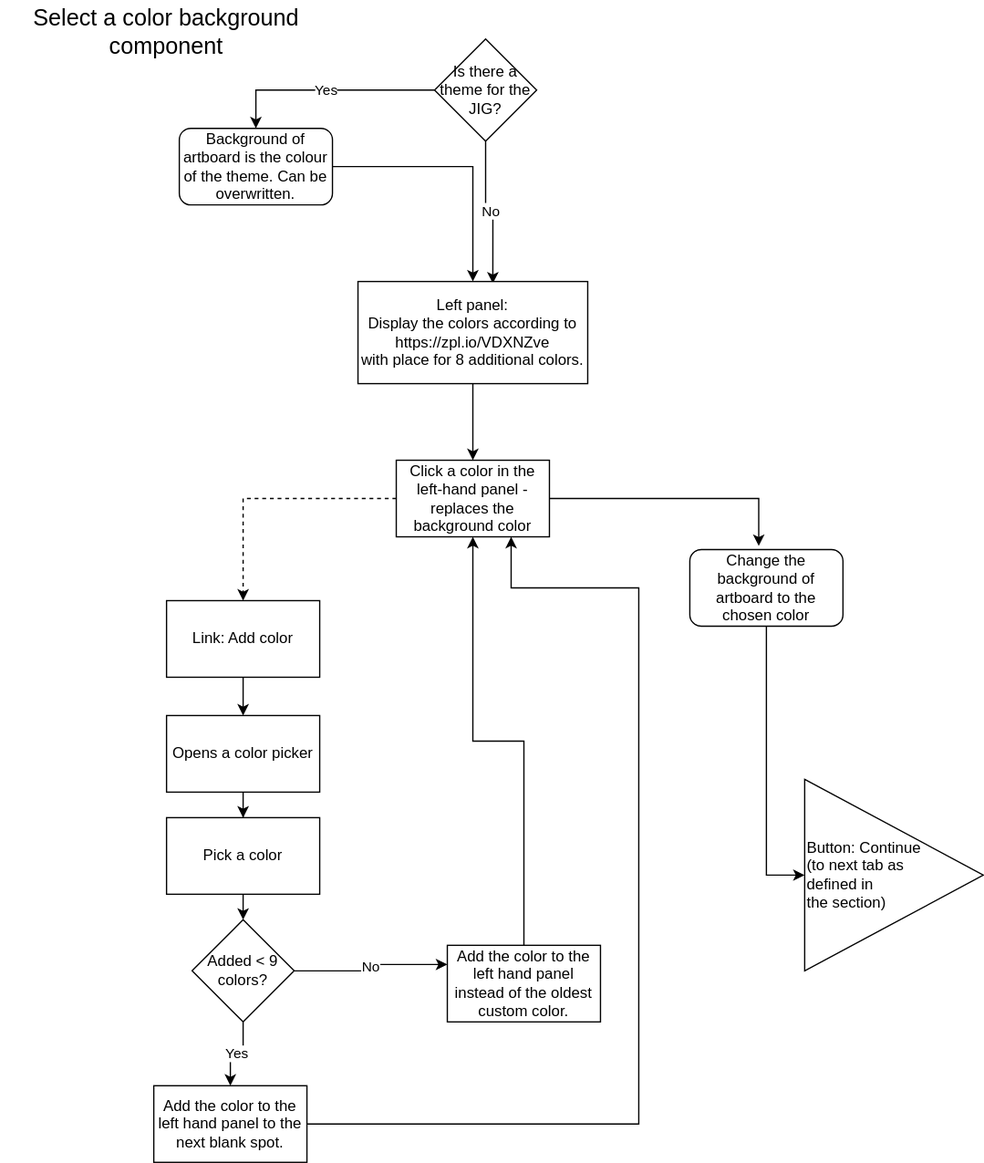
Above: modules/components/select-color.drawio.svg in ji-devs/ji-cloud-flowcharts (draw.io), before the change. Source tidied: cells renumbered, new cells last; positions are measured from the earlier drawing's top-left corner, leaving out a move shared by most shapes.
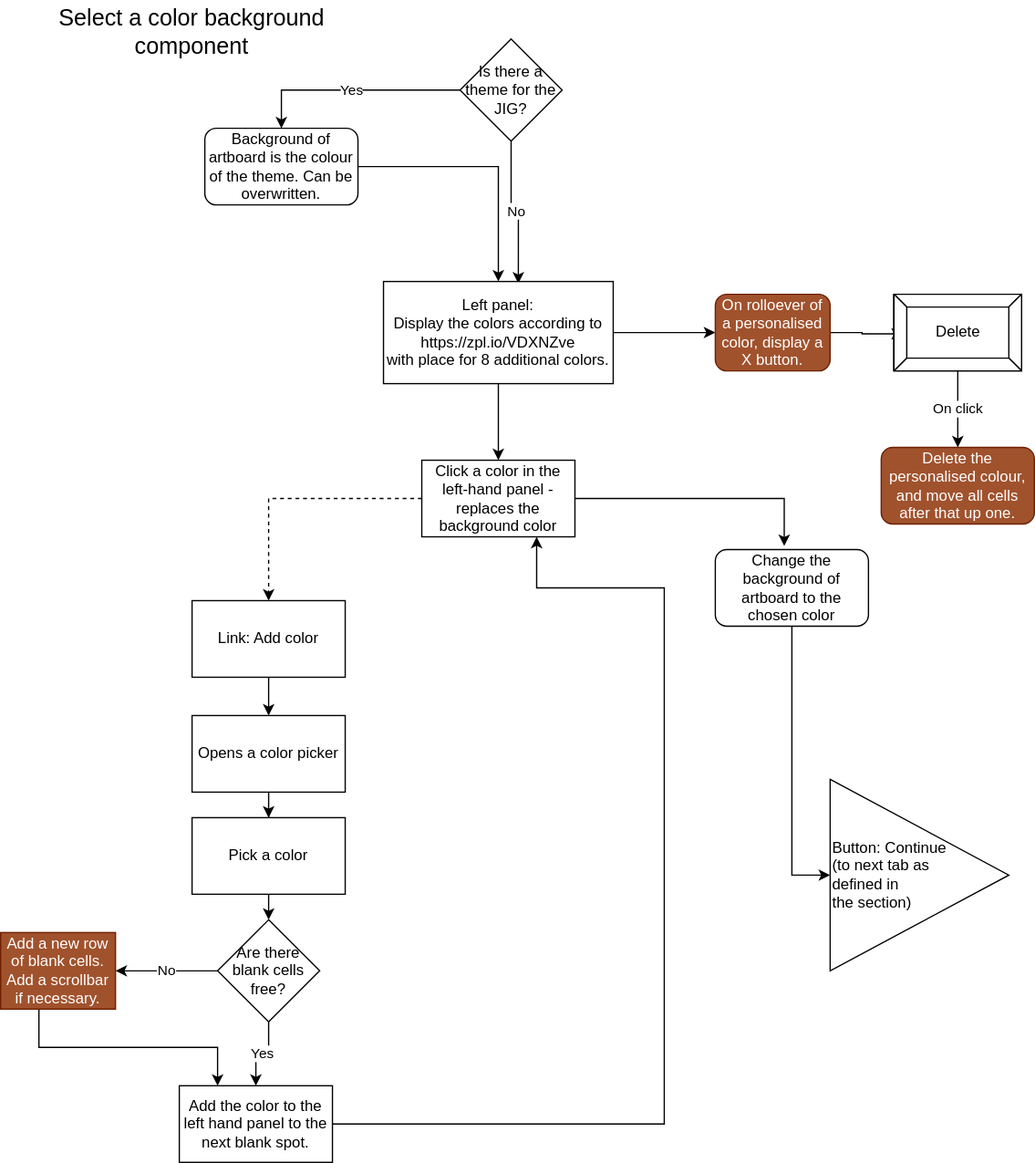
After the change.

Commit message:
updated colour picker - no rotation of colors

Change to the diagram source:
```diff
@@ -23,6 +23,9 @@
     <mxCell id="8" style="edgeStyle=orthogonalEdgeStyle;rounded=0;jettySize=auto;html=1;entryX=0.5;entryY=0;entryDx=0;entryDy=0;" parent="1" edge="1" source="9" target="12">
       <mxGeometry relative="1" as="geometry" />
     </mxCell>
+    <mxCell id="29" style="edgeStyle=orthogonalEdgeStyle;rounded=0;jettySize=auto;html=1;entryX=0;entryY=0.5;entryDx=0;entryDy=0;" parent="1" edge="1" source="9" target="32">
+      <mxGeometry relative="1" as="geometry" />
+    </mxCell>
     <mxCell id="9" value="Left panel:&lt;br&gt;Display the colors according to&amp;nbsp;&lt;br&gt;https://zpl.io/VDXNZve&amp;nbsp;&lt;br&gt;with place for 8 additional colors." style="rounded=0;whiteSpace=wrap;html=1;" parent="1" vertex="1">
       <mxGeometry x="280" y="220" width="180" height="80" as="geometry" />
     </mxCell>
@@ -74,20 +77,40 @@
     <mxCell id="23" value="Yes" style="edgeStyle=orthogonalEdgeStyle;rounded=0;jettySize=auto;html=1;" parent="1" edge="1" source="25" target="22">
       <mxGeometry relative="1" as="geometry" />
     </mxCell>
-    <mxCell id="24" value="No" style="edgeStyle=orthogonalEdgeStyle;rounded=0;jettySize=auto;html=1;entryX=0;entryY=0.25;entryDx=0;entryDy=0;" parent="1" edge="1" source="25" target="27">
+    <mxCell id="24" value="No" style="edgeStyle=orthogonalEdgeStyle;rounded=0;jettySize=auto;html=1;entryX=1;entryY=0.5;entryDx=0;entryDy=0;" parent="1" edge="1" source="25" target="27">
       <mxGeometry relative="1" as="geometry" />
     </mxCell>
-    <mxCell id="25" value="Added &amp;lt; 9 colors?" style="rhombus;whiteSpace=wrap;html=1;" parent="1" vertex="1">
+    <mxCell id="25" value="Are there blank cells free?" style="rhombus;whiteSpace=wrap;html=1;" parent="1" vertex="1">
       <mxGeometry x="150" y="720" width="80" height="80" as="geometry" />
     </mxCell>
-    <mxCell id="26" style="edgeStyle=orthogonalEdgeStyle;rounded=0;jettySize=auto;html=1;entryX=0.5;entryY=1;entryDx=0;entryDy=0;" parent="1" edge="1" source="27" target="12">
-      <mxGeometry relative="1" as="geometry" />
-    </mxCell>
+    <mxCell id="30" style="edgeStyle=orthogonalEdgeStyle;rounded=0;jettySize=auto;html=1;entryX=0.25;entryY=0;entryDx=0;entryDy=0;" parent="1" edge="1" source="27" target="22">
+      <mxGeometry relative="1" as="geometry">
+        <Array as="points">
+          <mxPoint x="10" y="820" />
+          <mxPoint x="150" y="820" />
+        </Array>
+      </mxGeometry>
+    </mxCell>
-    <mxCell id="27" value="Add the color to the left hand panel instead of the oldest custom color." style="rounded=0;whiteSpace=wrap;html=1;" parent="1" vertex="1">
-      <mxGeometry x="350" y="740" width="120" height="60" as="geometry" />
+    <mxCell id="27" value="Add a new row of blank cells. Add a scrollbar if necessary." style="rounded=0;whiteSpace=wrap;html=1;fillColor=#a0522d;strokeColor=#6D1F00;fontColor=#ffffff;" parent="1" vertex="1">
+      <mxGeometry x="-20" y="730" width="90" height="60" as="geometry" />
     </mxCell>
     <mxCell id="28" value="Button: Continue&lt;br&gt;&amp;nbsp;(to next tab as &lt;br&gt;defined in &lt;br&gt;the section)" style="triangle;whiteSpace=wrap;html=1;align=left;" parent="1" vertex="1">
       <mxGeometry x="630" y="610" width="140" height="150" as="geometry" />
     </mxCell>
+    <mxCell id="31" style="edgeStyle=orthogonalEdgeStyle;rounded=0;jettySize=auto;html=1;entryX=0.07;entryY=0.517;entryDx=0;entryDy=0;entryPerimeter=0;" parent="1" edge="1" source="32" target="34">
+      <mxGeometry relative="1" as="geometry" />
+    </mxCell>
+    <mxCell id="32" value="On rolloever of a personalised color, display a X button." style="rounded=1;whiteSpace=wrap;html=1;fillColor=#a0522d;strokeColor=#6D1F00;fontColor=#ffffff;" parent="1" vertex="1">
+      <mxGeometry x="540" y="230" width="90" height="60" as="geometry" />
+    </mxCell>
+    <mxCell id="33" value="On click" style="edgeStyle=orthogonalEdgeStyle;rounded=0;jettySize=auto;html=1;entryX=0.5;entryY=0;entryDx=0;entryDy=0;" parent="1" edge="1" source="34" target="35">
+      <mxGeometry relative="1" as="geometry" />
+    </mxCell>
+    <mxCell id="34" value="Delete" style="labelPosition=center;verticalLabelPosition=middle;align=center;html=1;shape=mxgraph.basic.button;dx=10;" parent="1" vertex="1">
+      <mxGeometry x="680" y="230" width="100" height="60" as="geometry" />
+    </mxCell>
+    <mxCell id="35" value="Delete the personalised colour, and move all cells after that up one." style="rounded=1;whiteSpace=wrap;html=1;fillColor=#a0522d;strokeColor=#6D1F00;fontColor=#ffffff;" parent="1" vertex="1">
+      <mxGeometry x="670" y="350" width="120" height="60" as="geometry" />
+    </mxCell>
   </root>
 </mxGraphModel>
```
